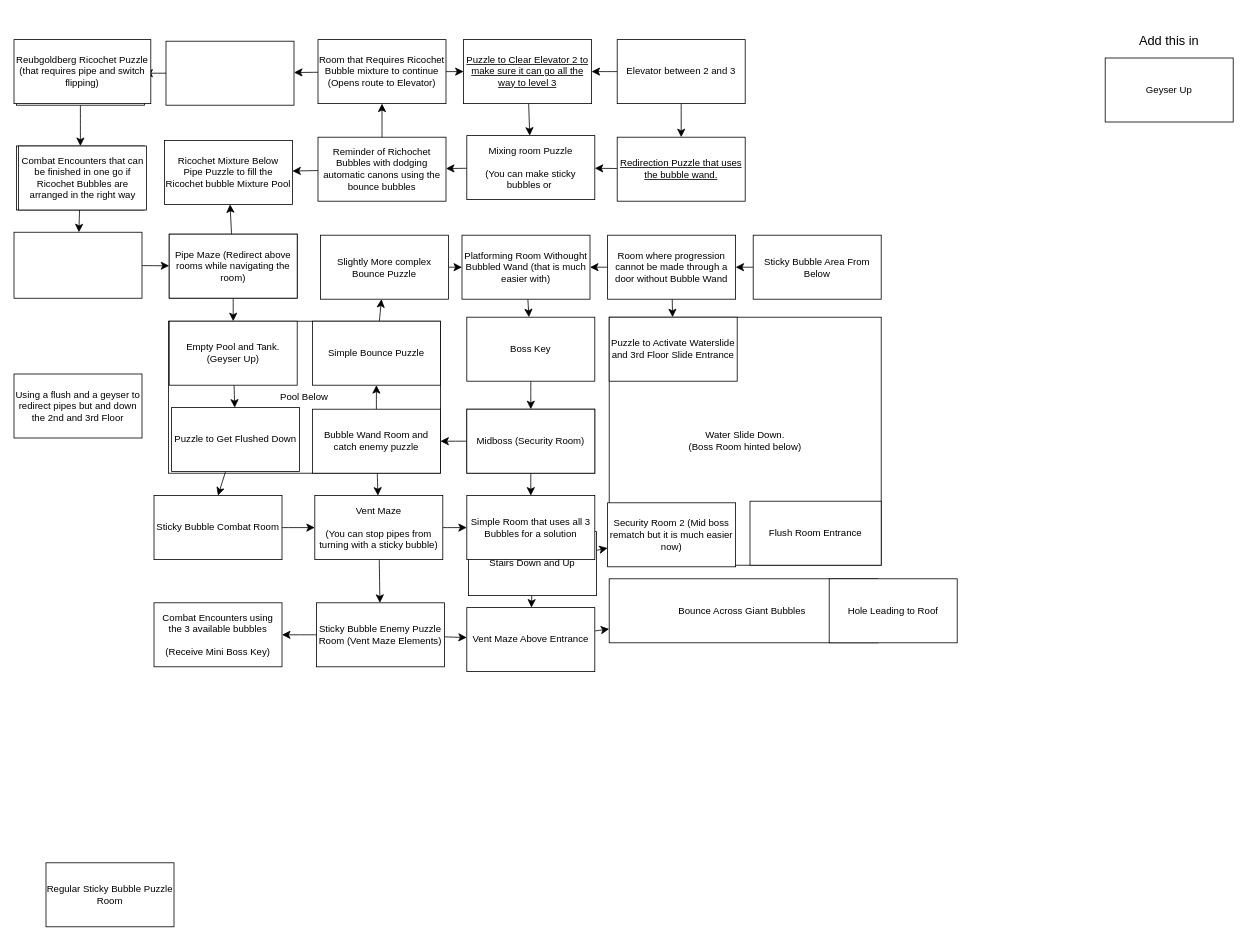
Rift-Master/Game-Design-Documents keeps this draw.io diagram as page "3rd Floor" (3 of 4) of Bubble Wand Dungeon Map First Draft.drawio. Above is the earlier version. Source tidied: cells renumbered, new cells numbered last; positions are measured from the earlier drawing's top-left corner, leaving out a move shared by most shapes. Both pictures are drawn from the tidied source at 80%, with x=0, y=0 at pixel (14, 14).
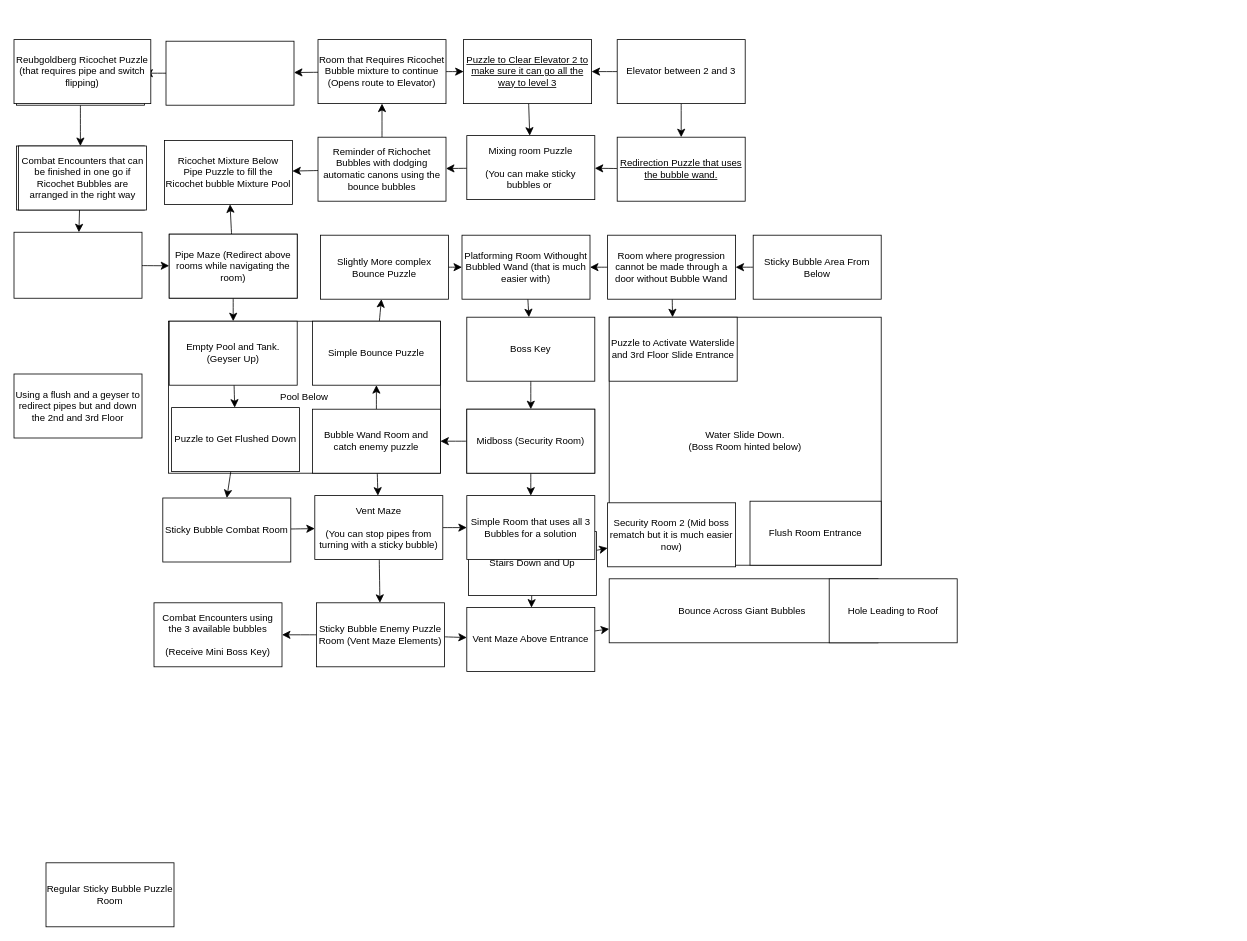
Above is the later version.

What changed in the source:
```diff
@@
-    <mxCell id="38" value="Add this in" style="text;html=1;whiteSpace=wrap;strokeColor=none;fillColor=none;align=center;verticalAlign=middle;rounded=0;fontSize=16;" parent="1" vertex="1">
-      <mxGeometry x="1374" width="140" height="66" as="geometry" />
-    </mxCell>
@@
-    <mxCell id="48" value="Geyser Up" style="rounded=0;whiteSpace=wrap;html=1;" parent="1" vertex="1">
-      <mxGeometry x="1364" y="55" width="160" height="80" as="geometry" />
-    </mxCell>
@@
     <mxCell id="76" value="Sticky Bubble Combat Room" style="rounded=0;whiteSpace=wrap;html=1;" parent="1" vertex="1">
-      <mxGeometry x="175" y="602" width="160" height="80" as="geometry" />
+      <mxGeometry x="186" y="605" width="160" height="80" as="geometry" />
     </mxCell>
```
